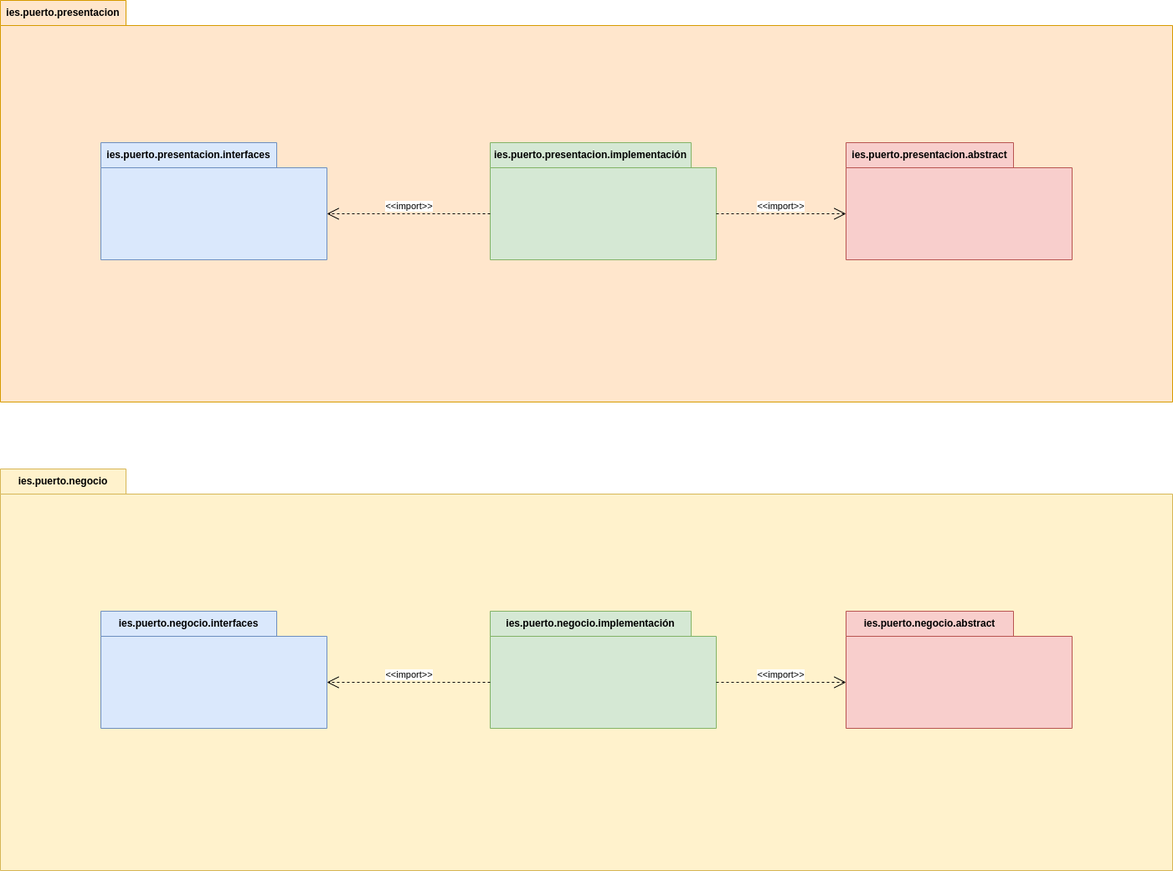
This is PruebaDiagramaPaquetes.png from PeterMartEsc/ETS, a draw.io export, as it was before one commit. Source tidied: cells renumbered, new cells last; positions are measured from the earlier drawing's top-left corner, leaving out a move shared by most shapes.
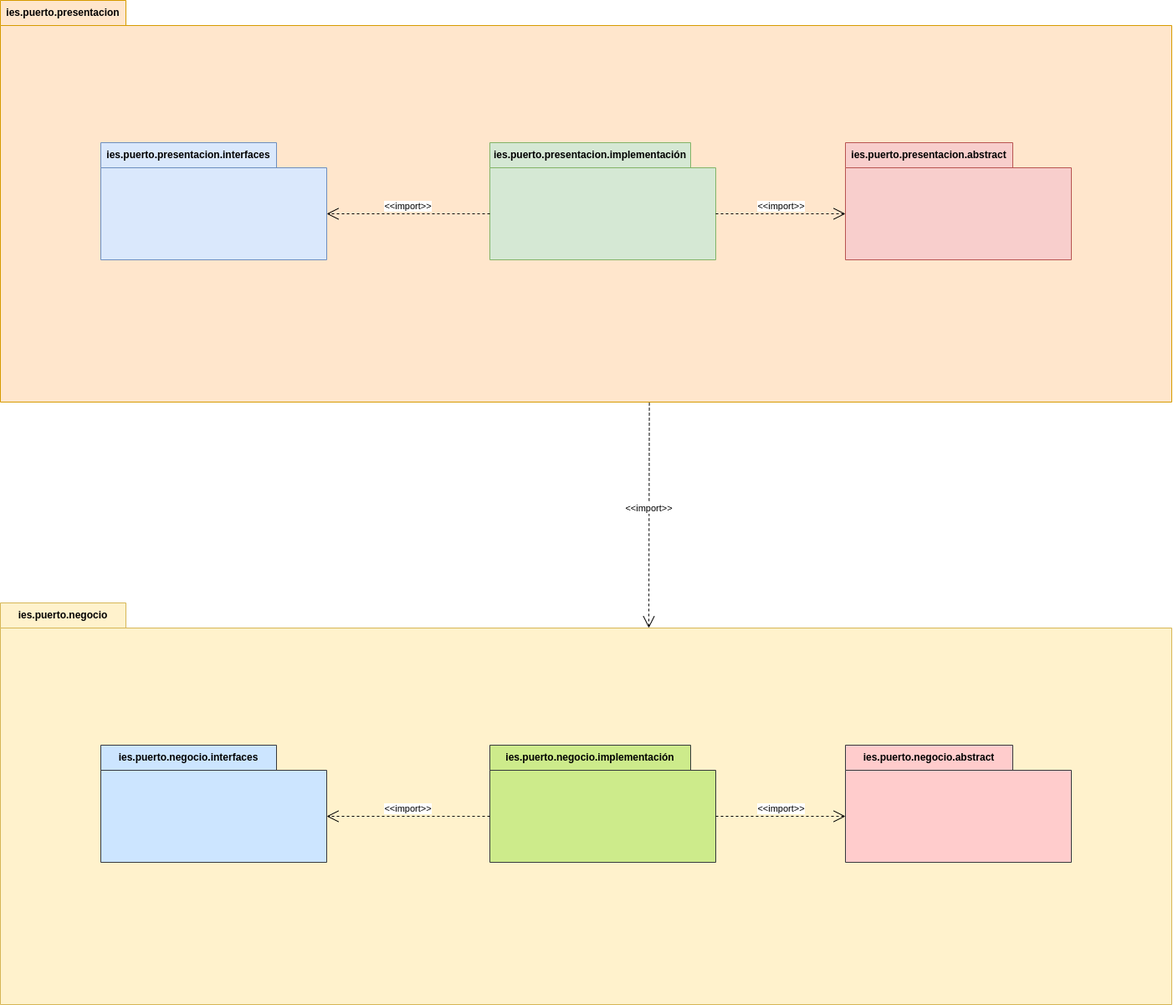
The same file after the commit.

The edit, as a diff of the source:
```diff
@@ -21,15 +21,15 @@
       <mxGeometry relative="1" as="geometry" />
     </mxCell>
     <mxCell id="8" value="ies.puerto.negocio" style="shape=folder;fontStyle=1;tabWidth=150;tabHeight=30;tabPosition=left;html=1;boundedLbl=1;labelInHeader=1;whiteSpace=wrap;fillColor=#fff2cc;strokeColor=#d6b656;" parent="1" vertex="1">
-      <mxGeometry y="560" width="1400" height="480" as="geometry" />
+      <mxGeometry y="720" width="1400" height="480" as="geometry" />
     </mxCell>
-    <mxCell id="9" value="ies.puerto.negocio.abstract" style="shape=folder;fontStyle=1;tabWidth=200;tabHeight=30;tabPosition=left;html=1;boundedLbl=1;labelInHeader=1;whiteSpace=wrap;fillColor=#f8cecc;strokeColor=#b85450;" parent="8" vertex="1">
+    <mxCell id="9" value="ies.puerto.negocio.abstract" style="shape=folder;fontStyle=1;tabWidth=200;tabHeight=30;tabPosition=left;html=1;boundedLbl=1;labelInHeader=1;whiteSpace=wrap;fillColor=#ffcccc;strokeColor=#36393d;" parent="8" vertex="1">
       <mxGeometry x="1010" y="170" width="270" height="140" as="geometry" />
     </mxCell>
-    <mxCell id="10" value="ies.puerto.negocio.interfaces" style="shape=folder;fontStyle=1;tabWidth=210;tabHeight=30;tabPosition=left;html=1;boundedLbl=1;labelInHeader=1;whiteSpace=wrap;fillColor=#dae8fc;strokeColor=#6c8ebf;" parent="8" vertex="1">
+    <mxCell id="10" value="ies.puerto.negocio.interfaces" style="shape=folder;fontStyle=1;tabWidth=210;tabHeight=30;tabPosition=left;html=1;boundedLbl=1;labelInHeader=1;whiteSpace=wrap;fillColor=#cce5ff;strokeColor=#36393d;" parent="8" vertex="1">
       <mxGeometry x="120" y="170" width="270" height="140" as="geometry" />
     </mxCell>
-    <mxCell id="11" value="ies.puerto.negocio.implementación" style="shape=folder;fontStyle=1;tabWidth=240;tabHeight=30;tabPosition=left;html=1;boundedLbl=1;labelInHeader=1;whiteSpace=wrap;fillColor=#d5e8d4;strokeColor=#82b366;" parent="8" vertex="1">
+    <mxCell id="11" value="ies.puerto.negocio.implementación" style="shape=folder;fontStyle=1;tabWidth=240;tabHeight=30;tabPosition=left;html=1;boundedLbl=1;labelInHeader=1;whiteSpace=wrap;fillColor=#cdeb8b;strokeColor=#36393d;" parent="8" vertex="1">
       <mxGeometry x="585" y="170" width="270" height="140" as="geometry" />
     </mxCell>
     <mxCell id="12" value="&amp;lt;&amp;lt;import&amp;gt;&amp;gt;" style="edgeStyle=none;html=1;endArrow=open;endSize=12;dashed=1;verticalAlign=bottom;rounded=0;exitX=0;exitY=0;exitDx=270;exitDy=85;exitPerimeter=0;entryX=0;entryY=0;entryDx=0;entryDy=85;entryPerimeter=0;" parent="8" edge="1" source="11" target="9">
@@ -38,5 +38,8 @@
     <mxCell id="13" value="&amp;lt;&amp;lt;import&amp;gt;&amp;gt;" style="edgeStyle=none;html=1;endArrow=open;endSize=12;dashed=1;verticalAlign=bottom;rounded=0;exitX=0;exitY=0;exitDx=0;exitDy=85;exitPerimeter=0;entryX=0;entryY=0;entryDx=270;entryDy=85;entryPerimeter=0;" parent="8" edge="1" source="11" target="10">
       <mxGeometry relative="1" as="geometry" />
     </mxCell>
+    <mxCell id="14" value="&amp;lt;&amp;lt;import&amp;gt;&amp;gt;" style="edgeStyle=none;html=1;endArrow=open;endSize=12;dashed=1;verticalAlign=bottom;rounded=0;exitX=0.554;exitY=1.002;exitDx=0;exitDy=0;exitPerimeter=0;entryX=0;entryY=0;entryDx=775;entryDy=30;entryPerimeter=0;" parent="1" edge="1" source="2" target="8">
+      <mxGeometry relative="1" as="geometry" />
+    </mxCell>
   </root>
 </mxGraphModel>
```
